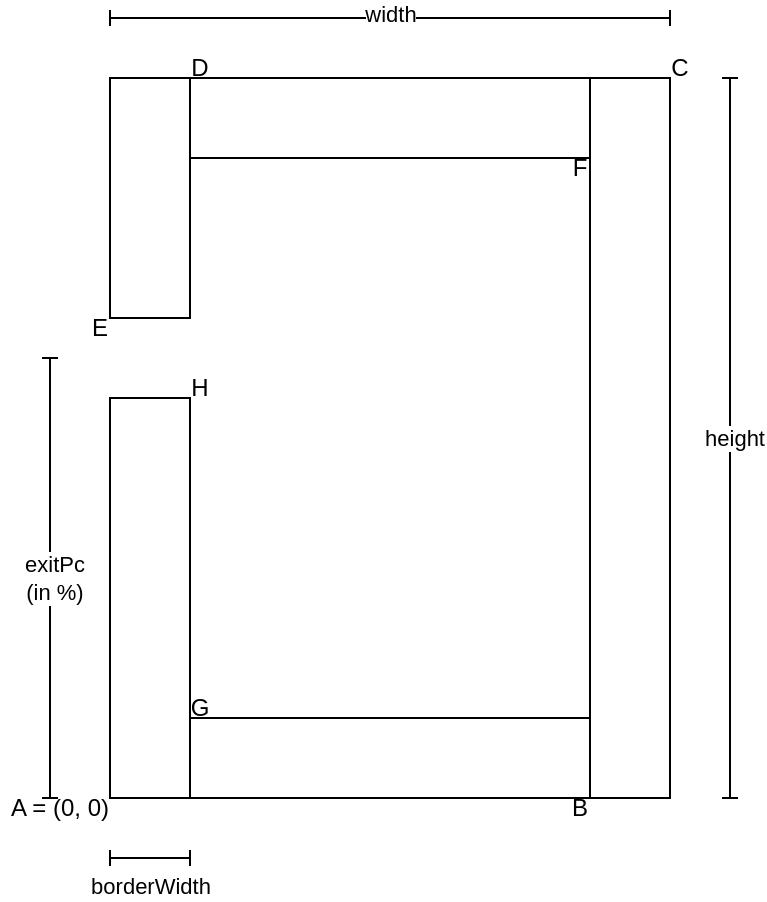
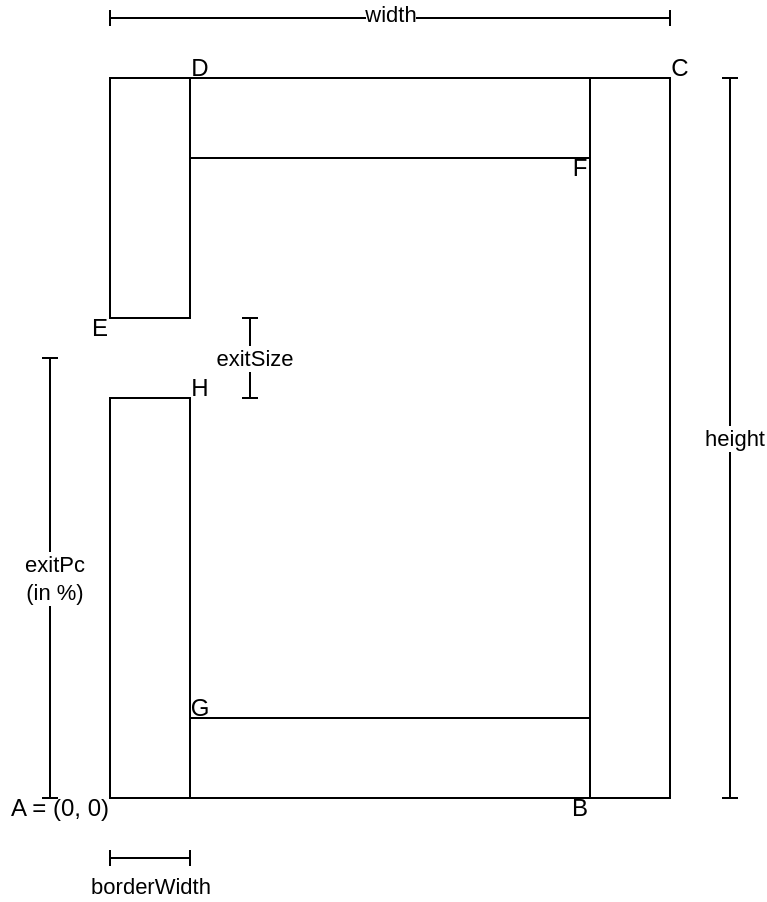
<mxfile host="Electron" agent="Mozilla/5.0 (Windows NT 10.0; Win64; x64) AppleWebKit/537.36 (KHTML, like Gecko) draw.io/28.0.6 Chrome/138.0.7204.100 Electron/37.2.3 Safari/537.36" version="28.0.6">
  <diagram name="Page-1" id="k6ybSB63Q5mDsKxRcJTw">
-     <mxGraphModel dx="1113" dy="779" grid="1" gridSize="10" guides="1" tooltips="1" connect="1" arrows="1" fold="1" page="1" pageScale="1" pageWidth="850" pageHeight="1100" math="0" shadow="0">
+     <mxGraphModel dx="788" dy="552" grid="1" gridSize="10" guides="1" tooltips="1" connect="1" arrows="1" fold="1" page="1" pageScale="1" pageWidth="850" pageHeight="1100" math="0" shadow="0">
      <root>
        <mxCell id="0" />
        <mxCell id="1" parent="0" />
-         <mxCell id="Vba-W0FlExciYHvdvVAl-1" value="" style="rounded=0;whiteSpace=wrap;html=1;" vertex="1" parent="1">
+         <mxCell id="Vba-W0FlExciYHvdvVAl-1" value="" style="rounded=0;whiteSpace=wrap;html=1;" parent="1" vertex="1">
          <mxGeometry x="160" y="120" width="40" height="120" as="geometry" />
        </mxCell>
-         <mxCell id="Vba-W0FlExciYHvdvVAl-2" value="" style="rounded=0;whiteSpace=wrap;html=1;" vertex="1" parent="1">
+         <mxCell id="Vba-W0FlExciYHvdvVAl-2" value="" style="rounded=0;whiteSpace=wrap;html=1;" parent="1" vertex="1">
          <mxGeometry x="200" y="120" width="200" height="40" as="geometry" />
        </mxCell>
-         <mxCell id="Vba-W0FlExciYHvdvVAl-3" value="" style="rounded=0;whiteSpace=wrap;html=1;" vertex="1" parent="1">
+         <mxCell id="Vba-W0FlExciYHvdvVAl-3" value="" style="rounded=0;whiteSpace=wrap;html=1;" parent="1" vertex="1">
          <mxGeometry x="400" y="120" width="40" height="360" as="geometry" />
        </mxCell>
-         <mxCell id="Vba-W0FlExciYHvdvVAl-4" value="" style="rounded=0;whiteSpace=wrap;html=1;" vertex="1" parent="1">
+         <mxCell id="Vba-W0FlExciYHvdvVAl-4" value="" style="rounded=0;whiteSpace=wrap;html=1;" parent="1" vertex="1">
          <mxGeometry x="200" y="440" width="200" height="40" as="geometry" />
        </mxCell>
-         <mxCell id="Vba-W0FlExciYHvdvVAl-5" value="" style="rounded=0;whiteSpace=wrap;html=1;" vertex="1" parent="1">
+         <mxCell id="Vba-W0FlExciYHvdvVAl-5" value="" style="rounded=0;whiteSpace=wrap;html=1;" parent="1" vertex="1">
          <mxGeometry x="160" y="280" width="40" height="200" as="geometry" />
        </mxCell>
-         <mxCell id="Vba-W0FlExciYHvdvVAl-9" value="E" style="text;html=1;align=center;verticalAlign=middle;whiteSpace=wrap;rounded=0;" vertex="1" parent="1">
+         <mxCell id="Vba-W0FlExciYHvdvVAl-9" value="E" style="text;html=1;align=center;verticalAlign=middle;whiteSpace=wrap;rounded=0;" parent="1" vertex="1">
          <mxGeometry x="150" y="240" width="10" height="10" as="geometry" />
        </mxCell>
-         <mxCell id="Vba-W0FlExciYHvdvVAl-12" value="D" style="text;html=1;align=center;verticalAlign=middle;whiteSpace=wrap;rounded=0;" vertex="1" parent="1">
+         <mxCell id="Vba-W0FlExciYHvdvVAl-12" value="D" style="text;html=1;align=center;verticalAlign=middle;whiteSpace=wrap;rounded=0;" parent="1" vertex="1">
          <mxGeometry x="200" y="110" width="10" height="10" as="geometry" />
        </mxCell>
-         <mxCell id="Vba-W0FlExciYHvdvVAl-13" value="C" style="text;html=1;align=center;verticalAlign=middle;whiteSpace=wrap;rounded=0;" vertex="1" parent="1">
+         <mxCell id="Vba-W0FlExciYHvdvVAl-13" value="C" style="text;html=1;align=center;verticalAlign=middle;whiteSpace=wrap;rounded=0;" parent="1" vertex="1">
          <mxGeometry x="440" y="110" width="10" height="10" as="geometry" />
        </mxCell>
-         <mxCell id="Vba-W0FlExciYHvdvVAl-17" value="B" style="text;html=1;align=center;verticalAlign=middle;whiteSpace=wrap;rounded=0;" vertex="1" parent="1">
+         <mxCell id="Vba-W0FlExciYHvdvVAl-17" value="B" style="text;html=1;align=center;verticalAlign=middle;whiteSpace=wrap;rounded=0;" parent="1" vertex="1">
          <mxGeometry x="390" y="480" width="10" height="10" as="geometry" />
        </mxCell>
-         <mxCell id="Vba-W0FlExciYHvdvVAl-19" value="A = (0, 0)" style="text;html=1;align=center;verticalAlign=middle;whiteSpace=wrap;rounded=0;" vertex="1" parent="1">
+         <mxCell id="Vba-W0FlExciYHvdvVAl-19" value="A = (0, 0)" style="text;html=1;align=center;verticalAlign=middle;whiteSpace=wrap;rounded=0;" parent="1" vertex="1">
          <mxGeometry x="105" y="480" width="60" height="10" as="geometry" />
        </mxCell>
-         <mxCell id="Vba-W0FlExciYHvdvVAl-21" value="F" style="text;html=1;align=center;verticalAlign=middle;whiteSpace=wrap;rounded=0;" vertex="1" parent="1">
+         <mxCell id="Vba-W0FlExciYHvdvVAl-21" value="F" style="text;html=1;align=center;verticalAlign=middle;whiteSpace=wrap;rounded=0;" parent="1" vertex="1">
          <mxGeometry x="390" y="160" width="10" height="10" as="geometry" />
        </mxCell>
-         <mxCell id="Vba-W0FlExciYHvdvVAl-22" value="" style="endArrow=baseDash;startArrow=baseDash;html=1;rounded=0;startFill=0;endFill=0;" edge="1" parent="1">
+         <mxCell id="Vba-W0FlExciYHvdvVAl-22" value="" style="endArrow=baseDash;startArrow=baseDash;html=1;rounded=0;startFill=0;endFill=0;" parent="1" edge="1">
          <mxGeometry width="50" height="50" relative="1" as="geometry">
            <mxPoint x="160" y="90" as="sourcePoint" />
            <mxPoint x="440" y="90" as="targetPoint" />
          </mxGeometry>
        </mxCell>
-         <mxCell id="Vba-W0FlExciYHvdvVAl-24" value="width" style="edgeLabel;html=1;align=center;verticalAlign=middle;resizable=0;points=[];" vertex="1" connectable="0" parent="Vba-W0FlExciYHvdvVAl-22">
+         <mxCell id="Vba-W0FlExciYHvdvVAl-24" value="width" style="edgeLabel;html=1;align=center;verticalAlign=middle;resizable=0;points=[];" parent="Vba-W0FlExciYHvdvVAl-22" vertex="1" connectable="0">
          <mxGeometry x="0.0012" y="2" relative="1" as="geometry">
            <mxPoint as="offset" />
          </mxGeometry>
        </mxCell>
-         <mxCell id="Vba-W0FlExciYHvdvVAl-25" value="" style="endArrow=baseDash;startArrow=baseDash;html=1;rounded=0;startFill=0;endFill=0;" edge="1" parent="1">
+         <mxCell id="Vba-W0FlExciYHvdvVAl-25" value="" style="endArrow=baseDash;startArrow=baseDash;html=1;rounded=0;startFill=0;endFill=0;" parent="1" edge="1">
          <mxGeometry width="50" height="50" relative="1" as="geometry">
            <mxPoint x="470" y="120" as="sourcePoint" />
            <mxPoint x="470" y="480" as="targetPoint" />
          </mxGeometry>
        </mxCell>
-         <mxCell id="Vba-W0FlExciYHvdvVAl-26" value="height" style="edgeLabel;html=1;align=center;verticalAlign=middle;resizable=0;points=[];" vertex="1" connectable="0" parent="Vba-W0FlExciYHvdvVAl-25">
+         <mxCell id="Vba-W0FlExciYHvdvVAl-26" value="height" style="edgeLabel;html=1;align=center;verticalAlign=middle;resizable=0;points=[];" parent="Vba-W0FlExciYHvdvVAl-25" vertex="1" connectable="0">
          <mxGeometry x="0.0012" y="2" relative="1" as="geometry">
            <mxPoint as="offset" />
          </mxGeometry>
        </mxCell>
-         <mxCell id="Vba-W0FlExciYHvdvVAl-27" value="" style="endArrow=baseDash;startArrow=baseDash;html=1;rounded=0;startFill=0;endFill=0;" edge="1" parent="1">
+         <mxCell id="Vba-W0FlExciYHvdvVAl-27" value="" style="endArrow=baseDash;startArrow=baseDash;html=1;rounded=0;startFill=0;endFill=0;" parent="1" edge="1">
          <mxGeometry width="50" height="50" relative="1" as="geometry">
            <mxPoint x="160" y="510" as="sourcePoint" />
            <mxPoint x="200" y="510" as="targetPoint" />
          </mxGeometry>
        </mxCell>
-         <mxCell id="Vba-W0FlExciYHvdvVAl-28" value="borderWidth" style="edgeLabel;html=1;align=center;verticalAlign=middle;resizable=0;points=[];" vertex="1" connectable="0" parent="Vba-W0FlExciYHvdvVAl-27">
+         <mxCell id="Vba-W0FlExciYHvdvVAl-28" value="borderWidth" style="edgeLabel;html=1;align=center;verticalAlign=middle;resizable=0;points=[];" parent="Vba-W0FlExciYHvdvVAl-27" vertex="1" connectable="0">
          <mxGeometry x="0.0012" y="2" relative="1" as="geometry">
            <mxPoint y="16" as="offset" />
          </mxGeometry>
        </mxCell>
-         <mxCell id="Vba-W0FlExciYHvdvVAl-29" value="" style="endArrow=baseDash;startArrow=baseDash;html=1;rounded=0;startFill=0;endFill=0;" edge="1" parent="1">
+         <mxCell id="Vba-W0FlExciYHvdvVAl-29" value="" style="endArrow=baseDash;startArrow=baseDash;html=1;rounded=0;startFill=0;endFill=0;" parent="1" edge="1">
          <mxGeometry width="50" height="50" relative="1" as="geometry">
            <mxPoint x="130" y="260" as="sourcePoint" />
            <mxPoint x="130" y="480" as="targetPoint" />
          </mxGeometry>
        </mxCell>
-         <mxCell id="Vba-W0FlExciYHvdvVAl-30" value="exitPc&lt;br&gt;(in %)" style="edgeLabel;html=1;align=center;verticalAlign=middle;resizable=0;points=[];" vertex="1" connectable="0" parent="Vba-W0FlExciYHvdvVAl-29">
+         <mxCell id="Vba-W0FlExciYHvdvVAl-30" value="exitPc&lt;br&gt;(in %)" style="edgeLabel;html=1;align=center;verticalAlign=middle;resizable=0;points=[];" parent="Vba-W0FlExciYHvdvVAl-29" vertex="1" connectable="0">
          <mxGeometry x="0.0012" y="2" relative="1" as="geometry">
            <mxPoint as="offset" />
          </mxGeometry>
        </mxCell>
-         <mxCell id="Vba-W0FlExciYHvdvVAl-36" value="G" style="text;html=1;align=center;verticalAlign=middle;whiteSpace=wrap;rounded=0;" vertex="1" parent="1">
+         <mxCell id="Vba-W0FlExciYHvdvVAl-36" value="G" style="text;html=1;align=center;verticalAlign=middle;whiteSpace=wrap;rounded=0;" parent="1" vertex="1">
          <mxGeometry x="200" y="430" width="10" height="10" as="geometry" />
        </mxCell>
-         <mxCell id="Vba-W0FlExciYHvdvVAl-37" value="H" style="text;html=1;align=center;verticalAlign=middle;whiteSpace=wrap;rounded=0;" vertex="1" parent="1">
+         <mxCell id="Vba-W0FlExciYHvdvVAl-37" value="H" style="text;html=1;align=center;verticalAlign=middle;whiteSpace=wrap;rounded=0;" parent="1" vertex="1">
          <mxGeometry x="200" y="270" width="10" height="10" as="geometry" />
+         </mxCell>
+         <mxCell id="s5ruAdqjYUzfUh960UGb-1" value="" style="endArrow=baseDash;startArrow=baseDash;html=1;rounded=0;startFill=0;endFill=0;" edge="1" parent="1">
+           <mxGeometry width="50" height="50" relative="1" as="geometry">
+             <mxPoint x="230" y="240" as="sourcePoint" />
+             <mxPoint x="230" y="280" as="targetPoint" />
+           </mxGeometry>
+         </mxCell>
+         <mxCell id="s5ruAdqjYUzfUh960UGb-2" value="exitSize" style="edgeLabel;html=1;align=center;verticalAlign=middle;resizable=0;points=[];" vertex="1" connectable="0" parent="s5ruAdqjYUzfUh960UGb-1">
+           <mxGeometry x="0.0012" y="2" relative="1" as="geometry">
+             <mxPoint as="offset" />
+           </mxGeometry>
        </mxCell>
      </root>
    </mxGraphModel>
  </diagram>
</mxfile>
